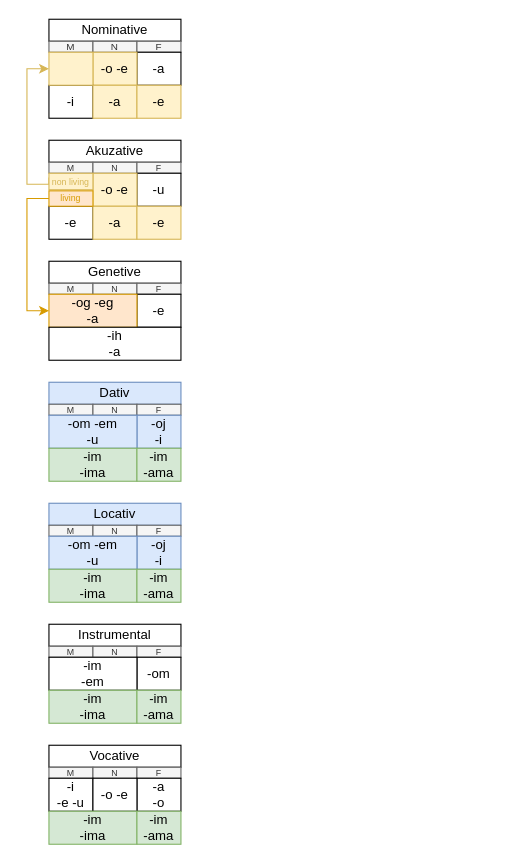
Before: padezi.drawio in vlandivir/srpski, a draw.io diagram. Source tidied: cells renumbered, new cells numbered last; positions are measured from the earlier drawing's top-left corner, leaving out a move shared by most shapes. Both pictures are drawn from the tidied source at 110%, with x=0, y=0 at pixel (26, 19).
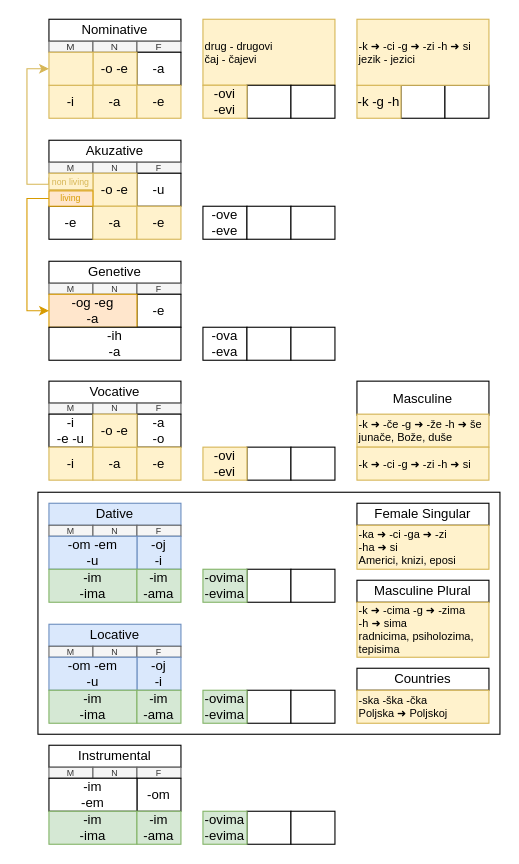
The same page after the edit.

What changed in the source:
```diff
@@
+    <mxCell id="65" style="rounded=0;whiteSpace=wrap;html=1;" parent="1" vertex="1">
+      <mxGeometry x="10" y="430" width="420" height="220" as="geometry" />
+    </mxCell>
+    <mxCell id="66" value="Masculine" style="rounded=0;whiteSpace=wrap;html=1;" parent="1" vertex="1">
+      <mxGeometry x="300" y="329" width="120" height="31" as="geometry" />
+    </mxCell>
+    <mxCell id="67" value="drug - drugovi&lt;br style=&quot;font-size: 10px;&quot;&gt;čaj - čajevi" style="rounded=0;whiteSpace=wrap;html=1;align=left;fillColor=#fff2cc;strokeColor=#d6b656;fontSize=10;" parent="1" vertex="1">
+      <mxGeometry x="160" width="120" height="60" as="geometry" />
+    </mxCell>
@@
-    <mxCell id="8" value="-i" style="rounded=0;whiteSpace=wrap;html=1;" parent="1" vertex="1">
+    <mxCell id="8" value="-i" style="rounded=0;whiteSpace=wrap;html=1;fillColor=#fff2cc;strokeColor=#d6b656;" parent="1" vertex="1">
       <mxGeometry x="20" y="60" width="40" height="30" as="geometry" />
     </mxCell>
@@
-    <mxCell id="32" value="Dativ" style="rounded=0;whiteSpace=wrap;html=1;fillColor=#dae8fc;strokeColor=#6c8ebf;" parent="1" vertex="1">
-      <mxGeometry x="20" y="330" width="120" height="20" as="geometry" />
+    <mxCell id="32" value="Dative" style="rounded=0;whiteSpace=wrap;html=1;fillColor=#dae8fc;strokeColor=#6c8ebf;" parent="1" vertex="1">
+      <mxGeometry x="20" y="440" width="120" height="20" as="geometry" />
     </mxCell>
     <mxCell id="33" value="M" style="rounded=0;whiteSpace=wrap;html=1;fontSize=8;fillColor=#f5f5f5;fontColor=#333333;strokeColor=#666666;" parent="1" vertex="1">
-      <mxGeometry x="20" y="350" width="40" height="10" as="geometry" />
+      <mxGeometry x="20" y="460" width="40" height="10" as="geometry" />
     </mxCell>
     <mxCell id="34" value="N" style="rounded=0;whiteSpace=wrap;html=1;fontSize=8;fillColor=#f5f5f5;fontColor=#333333;strokeColor=#666666;" parent="1" vertex="1">
-      <mxGeometry x="60" y="350" width="40" height="10" as="geometry" />
+      <mxGeometry x="60" y="460" width="40" height="10" as="geometry" />
     </mxCell>
     <mxCell id="35" value="F" style="rounded=0;whiteSpace=wrap;html=1;fontSize=8;fillColor=#f5f5f5;fontColor=#333333;strokeColor=#666666;" parent="1" vertex="1">
-      <mxGeometry x="100" y="350" width="40" height="10" as="geometry" />
+      <mxGeometry x="100" y="460" width="40" height="10" as="geometry" />
     </mxCell>
     <mxCell id="36" value="-oj&lt;br&gt;-i" style="rounded=0;whiteSpace=wrap;html=1;fillColor=#dae8fc;strokeColor=#6c8ebf;" parent="1" vertex="1">
-      <mxGeometry x="100" y="360" width="40" height="30" as="geometry" />
+      <mxGeometry x="100" y="470" width="40" height="30" as="geometry" />
     </mxCell>
     <mxCell id="37" value="-om -em&lt;br&gt;-u" style="rounded=0;whiteSpace=wrap;html=1;fillColor=#dae8fc;strokeColor=#6c8ebf;" parent="1" vertex="1">
-      <mxGeometry x="20" y="360" width="80" height="30" as="geometry" />
+      <mxGeometry x="20" y="470" width="80" height="30" as="geometry" />
     </mxCell>
     <mxCell id="38" value="-im&lt;br&gt;-ima" style="rounded=0;whiteSpace=wrap;html=1;fillColor=#d5e8d4;strokeColor=#82b366;" parent="1" vertex="1">
-      <mxGeometry x="20" y="390" width="80" height="30" as="geometry" />
+      <mxGeometry x="20" y="500" width="80" height="30" as="geometry" />
     </mxCell>
     <mxCell id="39" value="-im&lt;br&gt;-ama" style="rounded=0;whiteSpace=wrap;html=1;fillColor=#d5e8d4;strokeColor=#82b366;" parent="1" vertex="1">
-      <mxGeometry x="100" y="390" width="40" height="30" as="geometry" />
+      <mxGeometry x="100" y="500" width="40" height="30" as="geometry" />
     </mxCell>
-    <mxCell id="40" value="Locativ" style="rounded=0;whiteSpace=wrap;html=1;fillColor=#dae8fc;strokeColor=#6c8ebf;" parent="1" vertex="1">
-      <mxGeometry x="20" y="440" width="120" height="20" as="geometry" />
+    <mxCell id="40" value="Locative" style="rounded=0;whiteSpace=wrap;html=1;fillColor=#dae8fc;strokeColor=#6c8ebf;" parent="1" vertex="1">
+      <mxGeometry x="20" y="550" width="120" height="20" as="geometry" />
     </mxCell>
     <mxCell id="41" value="M" style="rounded=0;whiteSpace=wrap;html=1;fontSize=8;fillColor=#f5f5f5;fontColor=#333333;strokeColor=#666666;" parent="1" vertex="1">
-      <mxGeometry x="20" y="460" width="40" height="10" as="geometry" />
+      <mxGeometry x="20" y="570" width="40" height="10" as="geometry" />
     </mxCell>
     <mxCell id="42" value="N" style="rounded=0;whiteSpace=wrap;html=1;fontSize=8;fillColor=#f5f5f5;fontColor=#333333;strokeColor=#666666;" parent="1" vertex="1">
-      <mxGeometry x="60" y="460" width="40" height="10" as="geometry" />
+      <mxGeometry x="60" y="570" width="40" height="10" as="geometry" />
     </mxCell>
     <mxCell id="43" value="F" style="rounded=0;whiteSpace=wrap;html=1;fontSize=8;fillColor=#f5f5f5;fontColor=#333333;strokeColor=#666666;" parent="1" vertex="1">
-      <mxGeometry x="100" y="460" width="40" height="10" as="geometry" />
+      <mxGeometry x="100" y="570" width="40" height="10" as="geometry" />
     </mxCell>
     <mxCell id="44" value="-oj&lt;br&gt;-i" style="rounded=0;whiteSpace=wrap;html=1;fillColor=#dae8fc;strokeColor=#6c8ebf;" parent="1" vertex="1">
-      <mxGeometry x="100" y="470" width="40" height="30" as="geometry" />
+      <mxGeometry x="100" y="580" width="40" height="30" as="geometry" />
     </mxCell>
     <mxCell id="45" value="-om -em&lt;br&gt;-u" style="rounded=0;whiteSpace=wrap;html=1;fillColor=#dae8fc;strokeColor=#6c8ebf;" parent="1" vertex="1">
-      <mxGeometry x="20" y="470" width="80" height="30" as="geometry" />
+      <mxGeometry x="20" y="580" width="80" height="30" as="geometry" />
     </mxCell>
     <mxCell id="46" value="-im&lt;br&gt;-ima" style="rounded=0;whiteSpace=wrap;html=1;fillColor=#d5e8d4;strokeColor=#82b366;" parent="1" vertex="1">
-      <mxGeometry x="20" y="500" width="80" height="30" as="geometry" />
+      <mxGeometry x="20" y="610" width="80" height="30" as="geometry" />
     </mxCell>
     <mxCell id="47" value="-im&lt;br&gt;-ama" style="rounded=0;whiteSpace=wrap;html=1;fillColor=#d5e8d4;strokeColor=#82b366;" parent="1" vertex="1">
-      <mxGeometry x="100" y="500" width="40" height="30" as="geometry" />
+      <mxGeometry x="100" y="610" width="40" height="30" as="geometry" />
     </mxCell>
     <mxCell id="48" value="Instrumental" style="rounded=0;whiteSpace=wrap;html=1;" parent="1" vertex="1">
-      <mxGeometry x="20" y="550" width="120" height="20" as="geometry" />
+      <mxGeometry x="20" y="660" width="120" height="20" as="geometry" />
     </mxCell>
     <mxCell id="49" value="M" style="rounded=0;whiteSpace=wrap;html=1;fontSize=8;fillColor=#f5f5f5;fontColor=#333333;strokeColor=#666666;" parent="1" vertex="1">
-      <mxGeometry x="20" y="570" width="40" height="10" as="geometry" />
+      <mxGeometry x="20" y="680" width="40" height="10" as="geometry" />
     </mxCell>
     <mxCell id="50" value="N" style="rounded=0;whiteSpace=wrap;html=1;fontSize=8;fillColor=#f5f5f5;fontColor=#333333;strokeColor=#666666;" parent="1" vertex="1">
-      <mxGeometry x="60" y="570" width="40" height="10" as="geometry" />
+      <mxGeometry x="60" y="680" width="40" height="10" as="geometry" />
     </mxCell>
     <mxCell id="51" value="F" style="rounded=0;whiteSpace=wrap;html=1;fontSize=8;fillColor=#f5f5f5;fontColor=#333333;strokeColor=#666666;" parent="1" vertex="1">
-      <mxGeometry x="100" y="570" width="40" height="10" as="geometry" />
+      <mxGeometry x="100" y="680" width="40" height="10" as="geometry" />
     </mxCell>
     <mxCell id="52" value="-om" style="rounded=0;whiteSpace=wrap;html=1;" parent="1" vertex="1">
-      <mxGeometry x="100" y="580" width="40" height="30" as="geometry" />
+      <mxGeometry x="100" y="690" width="40" height="30" as="geometry" />
     </mxCell>
     <mxCell id="53" value="-im&lt;br&gt;-em" style="rounded=0;whiteSpace=wrap;html=1;" parent="1" vertex="1">
-      <mxGeometry x="20" y="580" width="80" height="30" as="geometry" />
+      <mxGeometry x="20" y="690" width="80" height="30" as="geometry" />
     </mxCell>
     <mxCell id="54" value="-im&lt;br&gt;-ima" style="rounded=0;whiteSpace=wrap;html=1;fillColor=#d5e8d4;strokeColor=#82b366;" parent="1" vertex="1">
-      <mxGeometry x="20" y="610" width="80" height="30" as="geometry" />
+      <mxGeometry x="20" y="720" width="80" height="30" as="geometry" />
     </mxCell>
     <mxCell id="55" value="-im&lt;br&gt;-ama" style="rounded=0;whiteSpace=wrap;html=1;fillColor=#d5e8d4;strokeColor=#82b366;" parent="1" vertex="1">
-      <mxGeometry x="100" y="610" width="40" height="30" as="geometry" />
+      <mxGeometry x="100" y="720" width="40" height="30" as="geometry" />
     </mxCell>
     <mxCell id="56" value="Vocative" style="rounded=0;whiteSpace=wrap;html=1;" parent="1" vertex="1">
-      <mxGeometry x="20" y="660" width="120" height="20" as="geometry" />
+      <mxGeometry x="20" y="329" width="120" height="20" as="geometry" />
     </mxCell>
     <mxCell id="57" value="M" style="rounded=0;whiteSpace=wrap;html=1;fontSize=8;fillColor=#f5f5f5;fontColor=#333333;strokeColor=#666666;" parent="1" vertex="1">
-      <mxGeometry x="20" y="680" width="40" height="10" as="geometry" />
+      <mxGeometry x="20" y="349" width="40" height="10" as="geometry" />
     </mxCell>
     <mxCell id="58" value="N" style="rounded=0;whiteSpace=wrap;html=1;fontSize=8;fillColor=#f5f5f5;fontColor=#333333;strokeColor=#666666;" parent="1" vertex="1">
-      <mxGeometry x="60" y="680" width="40" height="10" as="geometry" />
+      <mxGeometry x="60" y="349" width="40" height="10" as="geometry" />
     </mxCell>
     <mxCell id="59" value="F" style="rounded=0;whiteSpace=wrap;html=1;fontSize=8;fillColor=#f5f5f5;fontColor=#333333;strokeColor=#666666;" parent="1" vertex="1">
-      <mxGeometry x="100" y="680" width="40" height="10" as="geometry" />
+      <mxGeometry x="100" y="349" width="40" height="10" as="geometry" />
     </mxCell>
     <mxCell id="60" value="-a&lt;br&gt;-o" style="rounded=0;whiteSpace=wrap;html=1;" parent="1" vertex="1">
-      <mxGeometry x="100" y="690" width="40" height="30" as="geometry" />
+      <mxGeometry x="100" y="359" width="40" height="30" as="geometry" />
     </mxCell>
     <mxCell id="61" value="-i&lt;br&gt;-e -u" style="rounded=0;whiteSpace=wrap;html=1;" parent="1" vertex="1">
-      <mxGeometry x="20" y="690" width="40" height="30" as="geometry" />
+      <mxGeometry x="20" y="359" width="40" height="30" as="geometry" />
     </mxCell>
+    <mxCell id="68" value="-ove&lt;br&gt;-eve" style="rounded=0;whiteSpace=wrap;html=1;" parent="1" vertex="1">
+      <mxGeometry x="160" y="170" width="40" height="30" as="geometry" />
+    </mxCell>
+    <mxCell id="69" value="-ova&lt;br&gt;-eva" style="rounded=0;whiteSpace=wrap;html=1;" parent="1" vertex="1">
+      <mxGeometry x="160" y="280" width="40" height="30" as="geometry" />
+    </mxCell>
+    <mxCell id="70" value="-i" style="rounded=0;whiteSpace=wrap;html=1;fillColor=#fff2cc;strokeColor=#d6b656;" parent="1" vertex="1">
+      <mxGeometry x="20" y="389" width="40" height="30" as="geometry" />
+    </mxCell>
+    <mxCell id="71" value="-a" style="rounded=0;whiteSpace=wrap;html=1;fillColor=#fff2cc;strokeColor=#d6b656;" parent="1" vertex="1">
+      <mxGeometry x="60" y="389" width="40" height="30" as="geometry" />
+    </mxCell>
+    <mxCell id="72" value="-e" style="rounded=0;whiteSpace=wrap;html=1;fillColor=#fff2cc;strokeColor=#d6b656;" parent="1" vertex="1">
+      <mxGeometry x="100" y="389" width="40" height="30" as="geometry" />
+    </mxCell>
-    <mxCell id="62" value="-o -e" style="rounded=0;whiteSpace=wrap;html=1;" parent="1" vertex="1">
-      <mxGeometry x="60" y="690" width="40" height="30" as="geometry" />
+    <mxCell id="62" value="-o -e" style="rounded=0;whiteSpace=wrap;html=1;fillColor=#fff2cc;strokeColor=#d6b656;" parent="1" vertex="1">
+      <mxGeometry x="60" y="359" width="40" height="30" as="geometry" />
     </mxCell>
-    <mxCell id="63" value="-im&lt;br&gt;-ima" style="rounded=0;whiteSpace=wrap;html=1;fillColor=#d5e8d4;strokeColor=#82b366;" parent="1" vertex="1">
-      <mxGeometry x="20" y="720" width="80" height="30" as="geometry" />
-    </mxCell>
-    <mxCell id="64" value="-im&lt;br&gt;-ama" style="rounded=0;whiteSpace=wrap;html=1;fillColor=#d5e8d4;strokeColor=#82b366;" parent="1" vertex="1">
-      <mxGeometry x="100" y="720" width="40" height="30" as="geometry" />
-    </mxCell>
+    <mxCell id="73" style="rounded=0;whiteSpace=wrap;html=1;" parent="1" vertex="1">
+      <mxGeometry x="200" y="60" width="40" height="30" as="geometry" />
+    </mxCell>
+    <mxCell id="74" style="rounded=0;whiteSpace=wrap;html=1;" parent="1" vertex="1">
+      <mxGeometry x="240" y="60" width="40" height="30" as="geometry" />
+    </mxCell>
+    <mxCell id="75" style="rounded=0;whiteSpace=wrap;html=1;" parent="1" vertex="1">
+      <mxGeometry x="200" y="170" width="40" height="30" as="geometry" />
+    </mxCell>
+    <mxCell id="76" style="rounded=0;whiteSpace=wrap;html=1;" parent="1" vertex="1">
+      <mxGeometry x="240" y="170" width="40" height="30" as="geometry" />
+    </mxCell>
+    <mxCell id="77" style="rounded=0;whiteSpace=wrap;html=1;" parent="1" vertex="1">
+      <mxGeometry x="200" y="280" width="40" height="30" as="geometry" />
+    </mxCell>
+    <mxCell id="78" style="rounded=0;whiteSpace=wrap;html=1;" parent="1" vertex="1">
+      <mxGeometry x="240" y="280" width="40" height="30" as="geometry" />
+    </mxCell>
+    <mxCell id="79" style="rounded=0;whiteSpace=wrap;html=1;" parent="1" vertex="1">
+      <mxGeometry x="200" y="389" width="40" height="30" as="geometry" />
+    </mxCell>
+    <mxCell id="80" style="rounded=0;whiteSpace=wrap;html=1;" parent="1" vertex="1">
+      <mxGeometry x="240" y="389" width="40" height="30" as="geometry" />
+    </mxCell>
+    <mxCell id="81" style="rounded=0;whiteSpace=wrap;html=1;" parent="1" vertex="1">
+      <mxGeometry x="200" y="500" width="40" height="30" as="geometry" />
+    </mxCell>
+    <mxCell id="82" style="rounded=0;whiteSpace=wrap;html=1;" parent="1" vertex="1">
+      <mxGeometry x="240" y="500" width="40" height="30" as="geometry" />
+    </mxCell>
+    <mxCell id="83" style="rounded=0;whiteSpace=wrap;html=1;" parent="1" vertex="1">
+      <mxGeometry x="200" y="610" width="40" height="30" as="geometry" />
+    </mxCell>
+    <mxCell id="84" style="rounded=0;whiteSpace=wrap;html=1;" parent="1" vertex="1">
+      <mxGeometry x="240" y="610" width="40" height="30" as="geometry" />
+    </mxCell>
+    <mxCell id="85" style="rounded=0;whiteSpace=wrap;html=1;" parent="1" vertex="1">
+      <mxGeometry x="200" y="720" width="40" height="30" as="geometry" />
+    </mxCell>
+    <mxCell id="86" style="rounded=0;whiteSpace=wrap;html=1;" parent="1" vertex="1">
+      <mxGeometry x="240" y="720" width="40" height="30" as="geometry" />
+    </mxCell>
+    <mxCell id="87" value="-ovi&lt;br&gt;-evi" style="rounded=0;whiteSpace=wrap;html=1;fillColor=#fff2cc;strokeColor=#d6b656;" parent="1" vertex="1">
+      <mxGeometry x="160" y="60" width="40" height="30" as="geometry" />
+    </mxCell>
+    <mxCell id="88" value="-ovima&lt;br&gt;-evima" style="rounded=0;whiteSpace=wrap;html=1;fillColor=#d5e8d4;strokeColor=#82b366;" parent="1" vertex="1">
+      <mxGeometry x="160" y="500" width="40" height="30" as="geometry" />
+    </mxCell>
+    <mxCell id="89" value="-ovima&lt;br&gt;-evima" style="rounded=0;whiteSpace=wrap;html=1;fillColor=#d5e8d4;strokeColor=#82b366;" parent="1" vertex="1">
+      <mxGeometry x="160" y="610" width="40" height="30" as="geometry" />
+    </mxCell>
+    <mxCell id="90" value="-ovima&lt;br&gt;-evima" style="rounded=0;whiteSpace=wrap;html=1;fillColor=#d5e8d4;strokeColor=#82b366;" parent="1" vertex="1">
+      <mxGeometry x="160" y="720" width="40" height="30" as="geometry" />
+    </mxCell>
+    <mxCell id="91" value="-ovi&lt;br&gt;-evi" style="rounded=0;whiteSpace=wrap;html=1;fillColor=#fff2cc;strokeColor=#d6b656;" parent="1" vertex="1">
+      <mxGeometry x="160" y="389" width="40" height="30" as="geometry" />
+    </mxCell>
+    <mxCell id="92" style="rounded=0;whiteSpace=wrap;html=1;" parent="1" vertex="1">
+      <mxGeometry x="340" y="60" width="40" height="30" as="geometry" />
+    </mxCell>
+    <mxCell id="93" style="edgeStyle=orthogonalEdgeStyle;rounded=0;jettySize=auto;html=1;" parent="1" edge="1" source="94" target="96">
+      <mxGeometry relative="1" as="geometry" />
+    </mxCell>
+    <mxCell id="94" style="rounded=0;whiteSpace=wrap;html=1;" parent="1" vertex="1">
+      <mxGeometry x="380" y="60" width="40" height="30" as="geometry" />
+    </mxCell>
+    <mxCell id="95" value="-k -g -h" style="rounded=0;whiteSpace=wrap;html=1;fillColor=#fff2cc;strokeColor=#d6b656;" parent="1" vertex="1">
+      <mxGeometry x="300" y="60" width="40" height="30" as="geometry" />
+    </mxCell>
+    <mxCell id="96" value="-k&amp;nbsp;➜ -ci -g&amp;nbsp;➜ -zi -h&amp;nbsp;➜ si&lt;br style=&quot;font-size: 10px;&quot;&gt;jezik - jezici" style="rounded=0;whiteSpace=wrap;html=1;align=left;fillColor=#fff2cc;strokeColor=#d6b656;fontSize=10;" parent="1" vertex="1">
+      <mxGeometry x="300" width="120" height="60" as="geometry" />
+    </mxCell>
+    <mxCell id="97" value="-k&amp;nbsp;➜ -če -g&amp;nbsp;➜ -že -h&amp;nbsp;➜ še&lt;br&gt;junače, Bože, duše" style="rounded=0;whiteSpace=wrap;html=1;align=left;fillColor=#fff2cc;strokeColor=#d6b656;fontSize=10;" parent="1" vertex="1">
+      <mxGeometry x="300" y="359" width="120" height="30" as="geometry" />
+    </mxCell>
+    <mxCell id="98" value="-k&amp;nbsp;➜ -ci -g&amp;nbsp;➜ -zi -h&amp;nbsp;➜ si&lt;br style=&quot;font-size: 10px;&quot;&gt;" style="rounded=0;whiteSpace=wrap;html=1;align=left;fillColor=#fff2cc;strokeColor=#d6b656;fontSize=10;" parent="1" vertex="1">
+      <mxGeometry x="300" y="389" width="120" height="30" as="geometry" />
+    </mxCell>
+    <mxCell id="99" value="Female Singular" style="rounded=0;whiteSpace=wrap;html=1;" parent="1" vertex="1">
+      <mxGeometry x="300" y="440" width="120" height="20" as="geometry" />
+    </mxCell>
+    <mxCell id="100" value="-ka ➜ -ci -ga ➜ -zi &lt;br&gt;-ha ➜ si&lt;br&gt;Americi, knizi, eposi" style="rounded=0;whiteSpace=wrap;html=1;align=left;fillColor=#fff2cc;strokeColor=#d6b656;fontSize=10;" parent="1" vertex="1">
+      <mxGeometry x="300" y="460" width="120" height="40" as="geometry" />
+    </mxCell>
+    <mxCell id="101" value="Masculine Plural" style="rounded=0;whiteSpace=wrap;html=1;" parent="1" vertex="1">
+      <mxGeometry x="300" y="510" width="120" height="20" as="geometry" />
+    </mxCell>
+    <mxCell id="102" value="-k ➜ -cima -g ➜ -zima&lt;br&gt;-h ➜ sima&lt;br&gt;radnicima, psiholozima, tepisima" style="rounded=0;whiteSpace=wrap;html=1;align=left;fillColor=#fff2cc;strokeColor=#d6b656;fontSize=10;" parent="1" vertex="1">
+      <mxGeometry x="300" y="530" width="120" height="50" as="geometry" />
+    </mxCell>
+    <mxCell id="103" value="Countries" style="rounded=0;whiteSpace=wrap;html=1;" parent="1" vertex="1">
+      <mxGeometry x="300" y="590" width="120" height="20" as="geometry" />
+    </mxCell>
+    <mxCell id="104" value="-ska -ška -čka&lt;br&gt;Poljska ➜ Poljskoj" style="rounded=0;whiteSpace=wrap;html=1;align=left;fillColor=#fff2cc;strokeColor=#d6b656;fontSize=10;" parent="1" vertex="1">
+      <mxGeometry x="300" y="610" width="120" height="30" as="geometry" />
+    </mxCell>
```
